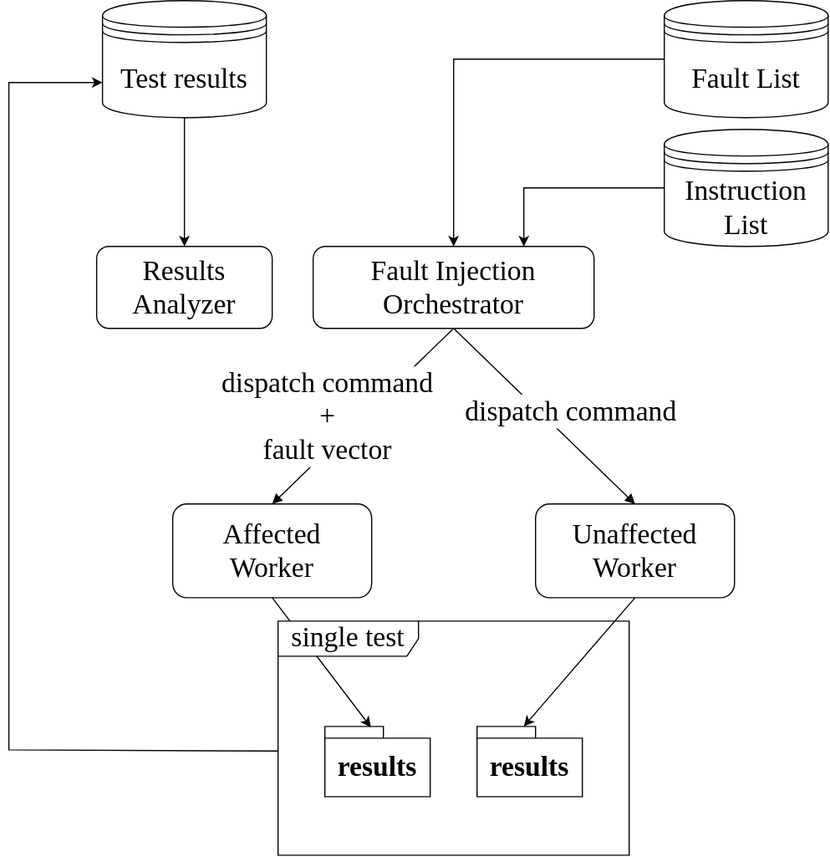
This is docs/fault_injection_scheme.drawio.svg from Peak-Embedded-Projects/RISCV-Research-Project, a draw.io export, as it was before one commit. Source tidied: cells renumbered, new cells last; positions are measured from the earlier drawing's top-left corner, leaving out a move shared by most shapes.
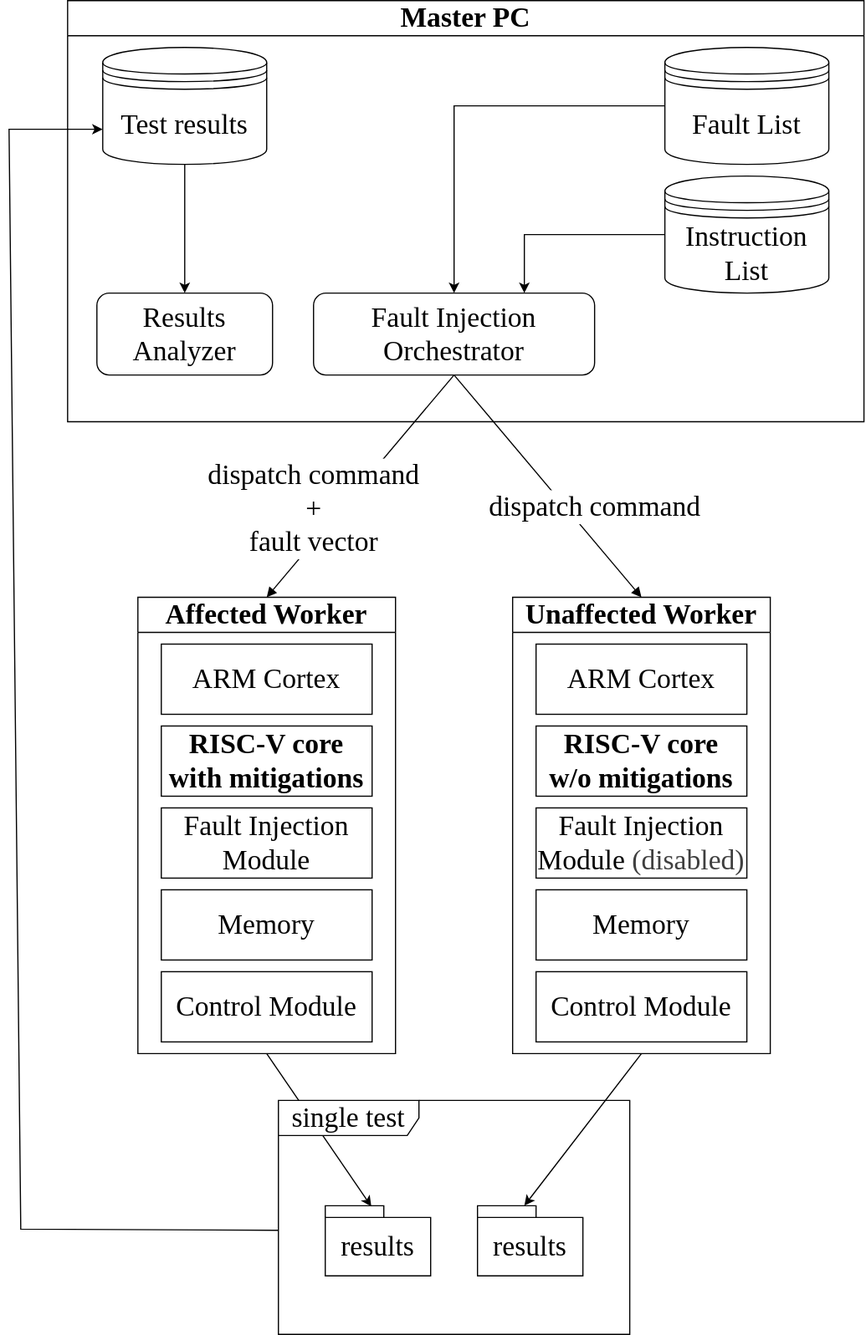
The same file after the commit.

Commit message:
combine fault_injection_scheme and high_level_arch

The edit, as a diff of the source:
```diff
@@ -3,32 +3,26 @@
     <mxCell id="0" />
     <mxCell id="1" parent="0" />
     <mxCell id="2" value="&lt;font&gt;&lt;font&gt;Fault Injection Orchestrator&lt;/font&gt;&lt;font&gt;&lt;br&gt;&lt;/font&gt;&lt;/font&gt;" style="rounded=1;whiteSpace=wrap;html=1;fontFamily=Times New Roman;fontSize=24;" parent="1" vertex="1">
-      <mxGeometry x="260" y="210" width="240" height="70" as="geometry" />
+      <mxGeometry x="260" y="250" width="240" height="70" as="geometry" />
     </mxCell>
     <mxCell id="3" value="&lt;font&gt;&lt;font&gt;Fault List&lt;/font&gt;&lt;font&gt;&lt;br&gt;&lt;/font&gt;&lt;/font&gt;" style="shape=datastore;whiteSpace=wrap;html=1;fontFamily=Times New Roman;fontSize=24;" parent="1" vertex="1">
-      <mxGeometry x="560" width="140" height="100" as="geometry" />
+      <mxGeometry x="560" y="40" width="140" height="100" as="geometry" />
     </mxCell>
     <mxCell id="4" style="endArrow=classic;html=1;rounded=0;exitX=0;exitY=0.5;exitDx=0;exitDy=0;entryX=0.5;entryY=0;entryDx=0;entryDy=0;strokeWidth=1;fontFamily=Times New Roman;fontSize=24;" parent="1" edge="1" source="3" target="2">
       <mxGeometry relative="1" as="geometry">
         <Array as="points">
-          <mxPoint x="380" y="50" />
+          <mxPoint x="380" y="90" />
         </Array>
       </mxGeometry>
     </mxCell>
     <mxCell id="5" value="&lt;font&gt;&lt;font&gt;dispatch command&lt;/font&gt;&lt;font&gt;&lt;br&gt;&lt;/font&gt;&lt;/font&gt;" style="html=1;verticalAlign=bottom;startArrow=none;startFill=0;endArrow=block;startSize=8;curved=0;rounded=0;exitX=0.5;exitY=1;exitDx=0;exitDy=0;strokeWidth=1;entryX=0.5;entryY=0;entryDx=0;entryDy=0;fontFamily=Times New Roman;fontSize=24;" parent="1" edge="1" source="2" target="7">
-      <mxGeometry x="0.24" y="6" relative="1" as="geometry" />
+      <mxGeometry x="0.42" y="8" relative="1" as="geometry" />
     </mxCell>
-    <mxCell id="6" value="&lt;font&gt;&lt;font&gt;Affected &lt;br&gt;Worker&lt;/font&gt;&lt;font&gt;&lt;br&gt;&lt;/font&gt;&lt;/font&gt;" style="rounded=1;whiteSpace=wrap;html=1;fontFamily=Times New Roman;fontSize=24;" parent="1" vertex="1">
-      <mxGeometry x="140" y="430" width="170" height="80" as="geometry" />
-    </mxCell>
-    <mxCell id="7" value="&lt;font&gt;&lt;font&gt;Unaffected Worker&lt;/font&gt;&lt;font&gt;&lt;br&gt;&lt;/font&gt;&lt;/font&gt;" style="rounded=1;whiteSpace=wrap;html=1;fontFamily=Times New Roman;fontSize=24;" parent="1" vertex="1">
-      <mxGeometry x="450" y="430" width="170" height="80" as="geometry" />
-    </mxCell>
-    <mxCell id="8" value="results" style="shape=folder;fontStyle=1;spacingTop=10;tabWidth=50;tabHeight=10;tabPosition=left;html=1;whiteSpace=wrap;fontFamily=Times New Roman;fontSize=24;" parent="1" vertex="1">
-      <mxGeometry x="270" y="620" width="90" height="60" as="geometry" />
+    <mxCell id="8" value="results" style="shape=folder;fontStyle=0;spacingTop=10;tabWidth=50;tabHeight=10;tabPosition=left;html=1;whiteSpace=wrap;fontFamily=Times New Roman;fontSize=24;" parent="1" vertex="1">
+      <mxGeometry x="270" y="1030" width="90" height="60" as="geometry" />
     </mxCell>
-    <mxCell id="9" value="results" style="shape=folder;fontStyle=1;spacingTop=10;tabWidth=50;tabHeight=10;tabPosition=left;html=1;whiteSpace=wrap;fontFamily=Times New Roman;fontSize=24;" parent="1" vertex="1">
-      <mxGeometry x="400" y="620" width="90" height="60" as="geometry" />
+    <mxCell id="9" value="results" style="shape=folder;fontStyle=0;spacingTop=10;tabWidth=50;tabHeight=10;tabPosition=left;html=1;whiteSpace=wrap;fontFamily=Times New Roman;fontSize=24;" parent="1" vertex="1">
+      <mxGeometry x="400" y="1030" width="90" height="60" as="geometry" />
     </mxCell>
     <mxCell id="10" style="endArrow=classic;html=1;rounded=0;exitX=0.5;exitY=1;exitDx=0;exitDy=0;entryX=0.437;entryY=0.011;entryDx=0;entryDy=0;entryPerimeter=0;strokeWidth=1;fontFamily=Times New Roman;fontSize=24;" parent="1" edge="1" source="6" target="8">
       <mxGeometry relative="1" as="geometry" />
@@ -37,41 +31,80 @@
       <mxGeometry relative="1" as="geometry" />
     </mxCell>
     <mxCell id="12" value="single test" style="shape=umlFrame;whiteSpace=wrap;html=1;fontFamily=Times New Roman;fontSize=24;width=120;height=30;" parent="1" vertex="1">
-      <mxGeometry x="230" y="530" width="300" height="200" as="geometry" />
+      <mxGeometry x="230" y="940" width="300" height="200" as="geometry" />
     </mxCell>
     <mxCell id="13" value="&lt;font&gt;&lt;font&gt;Test results&lt;/font&gt;&lt;font&gt;&lt;br&gt;&lt;/font&gt;&lt;/font&gt;" style="shape=datastore;whiteSpace=wrap;html=1;fontFamily=Times New Roman;fontSize=24;" parent="1" vertex="1">
-      <mxGeometry x="80" width="140" height="100" as="geometry" />
+      <mxGeometry x="80" y="40" width="140" height="100" as="geometry" />
     </mxCell>
     <mxCell id="14" style="endArrow=classic;html=1;rounded=0;exitX=0;exitY=0.555;exitDx=0;exitDy=0;exitPerimeter=0;entryX=0;entryY=0.7;entryDx=0;entryDy=0;strokeWidth=1;fontFamily=Times New Roman;fontSize=24;" parent="1" edge="1" source="12" target="13">
       <mxGeometry relative="1" as="geometry">
         <Array as="points">
-          <mxPoint y="640" />
-          <mxPoint y="70" />
+          <mxPoint x="10" y="1050" />
+          <mxPoint y="110" />
         </Array>
       </mxGeometry>
     </mxCell>
     <mxCell id="15" value="&lt;font&gt;&lt;font&gt;Results Analyzer&lt;/font&gt;&lt;font&gt;&lt;br&gt;&lt;/font&gt;&lt;/font&gt;" style="rounded=1;whiteSpace=wrap;html=1;fontFamily=Times New Roman;fontSize=24;" parent="1" vertex="1">
-      <mxGeometry x="75" y="210" width="150" height="70" as="geometry" />
+      <mxGeometry x="75" y="250" width="150" height="70" as="geometry" />
     </mxCell>
     <mxCell id="16" style="endArrow=classic;html=1;rounded=0;exitX=0.5;exitY=1;exitDx=0;exitDy=0;entryX=0.5;entryY=0;entryDx=0;entryDy=0;strokeWidth=1;fontFamily=Times New Roman;fontSize=24;" parent="1" edge="1" source="13" target="15">
       <mxGeometry relative="1" as="geometry">
         <Array as="points">
-          <mxPoint x="150" y="150" />
+          <mxPoint x="150" y="190" />
         </Array>
       </mxGeometry>
     </mxCell>
     <mxCell id="17" value="&lt;font&gt;&lt;font&gt;Instruction List&lt;/font&gt;&lt;font&gt;&lt;br&gt;&lt;/font&gt;&lt;/font&gt;" style="shape=datastore;whiteSpace=wrap;html=1;fontFamily=Times New Roman;fontSize=24;" parent="1" vertex="1">
-      <mxGeometry x="560" y="110" width="140" height="100" as="geometry" />
+      <mxGeometry x="560" y="150" width="140" height="100" as="geometry" />
     </mxCell>
     <mxCell id="18" style="endArrow=classic;html=1;rounded=0;exitX=0;exitY=0.5;exitDx=0;exitDy=0;entryX=0.75;entryY=0;entryDx=0;entryDy=0;strokeWidth=1;fontFamily=Times New Roman;fontSize=24;" parent="1" edge="1" source="17" target="2">
       <mxGeometry relative="1" as="geometry">
         <Array as="points">
-          <mxPoint x="440" y="160" />
+          <mxPoint x="440" y="200" />
         </Array>
       </mxGeometry>
     </mxCell>
     <mxCell id="19" value="&lt;div&gt;&lt;font&gt;&lt;font&gt;dispatch command&lt;/font&gt;&lt;/font&gt;&lt;/div&gt;&lt;div&gt;&lt;font&gt;+&lt;/font&gt;&lt;/div&gt;&lt;div&gt;&lt;font&gt;&lt;font&gt;fault vector&lt;/font&gt;&lt;br&gt;&lt;/font&gt;&lt;/div&gt;" style="html=1;verticalAlign=bottom;startArrow=none;startFill=0;endArrow=block;startSize=8;curved=0;rounded=0;strokeWidth=1;entryX=0.5;entryY=0;entryDx=0;entryDy=0;exitX=0.5;exitY=1;exitDx=0;exitDy=0;fontFamily=Times New Roman;labelBackgroundColor=default;fontSize=24;" parent="1" edge="1" source="2" target="6">
-      <mxGeometry x="0.51" y="12" relative="1" as="geometry" />
+      <mxGeometry x="0.61" y="11" relative="1" as="geometry" />
     </mxCell>
+    <mxCell id="6" value="Affected Worker" style="swimlane;whiteSpace=wrap;html=1;fontFamily=Times New Roman;fontSize=24;startSize=30;" parent="1" vertex="1">
+      <mxGeometry x="110" y="510" width="220" height="390" as="geometry" />
+    </mxCell>
+    <mxCell id="20" value="&lt;b&gt;RISC-V core with mitigations&lt;/b&gt;" style="rounded=0;whiteSpace=wrap;html=1;fontFamily=Times New Roman;fontSize=24;" parent="6" vertex="1">
+      <mxGeometry x="20" y="110" width="180" height="60" as="geometry" />
+    </mxCell>
+    <mxCell id="21" value="Control Module" style="rounded=0;whiteSpace=wrap;html=1;fontFamily=Times New Roman;fontSize=24;" parent="6" vertex="1">
+      <mxGeometry x="20" y="320" width="180" height="60" as="geometry" />
+    </mxCell>
+    <mxCell id="22" value="Fault Injection Module" style="rounded=0;whiteSpace=wrap;html=1;fontFamily=Times New Roman;fontSize=24;" parent="6" vertex="1">
+      <mxGeometry x="20" y="180" width="180" height="60" as="geometry" />
+    </mxCell>
+    <mxCell id="23" value="Memory" style="rounded=0;whiteSpace=wrap;html=1;fontFamily=Times New Roman;fontSize=24;" parent="6" vertex="1">
+      <mxGeometry x="20" y="250" width="180" height="60" as="geometry" />
+    </mxCell>
+    <mxCell id="24" value="&lt;div&gt;ARM Cortex&lt;/div&gt;" style="rounded=0;whiteSpace=wrap;html=1;fontFamily=Times New Roman;fontSize=24;" parent="6" vertex="1">
+      <mxGeometry x="20" y="40" width="180" height="60" as="geometry" />
+    </mxCell>
+    <mxCell id="7" value="Unaffected Worker" style="swimlane;whiteSpace=wrap;html=1;fontFamily=Times New Roman;fontSize=24;startSize=30;" parent="1" vertex="1">
+      <mxGeometry x="430" y="510" width="220" height="390" as="geometry" />
+    </mxCell>
+    <mxCell id="25" value="&lt;b&gt;RISC-V core&lt;/b&gt;&lt;div&gt;&lt;b&gt;w/o mitigations&lt;/b&gt;&lt;/div&gt;" style="rounded=0;whiteSpace=wrap;html=1;fontFamily=Times New Roman;fontSize=24;" parent="7" vertex="1">
+      <mxGeometry x="20" y="110" width="180" height="60" as="geometry" />
+    </mxCell>
+    <mxCell id="26" value="Control Module" style="rounded=0;whiteSpace=wrap;html=1;fontFamily=Times New Roman;fontSize=24;" parent="7" vertex="1">
+      <mxGeometry x="20" y="320" width="180" height="60" as="geometry" />
+    </mxCell>
+    <mxCell id="27" value="Fault Injection Module&amp;nbsp;&lt;span style=&quot;color: rgb(63, 63, 63); background-color: transparent;&quot;&gt;(disabled)&lt;/span&gt;" style="rounded=0;whiteSpace=wrap;html=1;fontFamily=Times New Roman;fontSize=24;" parent="7" vertex="1">
+      <mxGeometry x="20" y="180" width="180" height="60" as="geometry" />
+    </mxCell>
+    <mxCell id="28" value="Memory" style="rounded=0;whiteSpace=wrap;html=1;fontFamily=Times New Roman;fontSize=24;" parent="7" vertex="1">
+      <mxGeometry x="20" y="250" width="180" height="60" as="geometry" />
+    </mxCell>
+    <mxCell id="29" value="&lt;div&gt;ARM Cortex&lt;/div&gt;" style="rounded=0;whiteSpace=wrap;html=1;fontFamily=Times New Roman;fontSize=24;" parent="7" vertex="1">
+      <mxGeometry x="20" y="40" width="180" height="60" as="geometry" />
+    </mxCell>
+    <mxCell id="30" value="Master PC" style="swimlane;whiteSpace=wrap;html=1;fontFamily=Times New Roman;fontSize=24;startSize=30;" parent="1" vertex="1">
+      <mxGeometry x="50" width="680" height="360" as="geometry" />
+    </mxCell>
   </root>
 </mxGraphModel>
```
